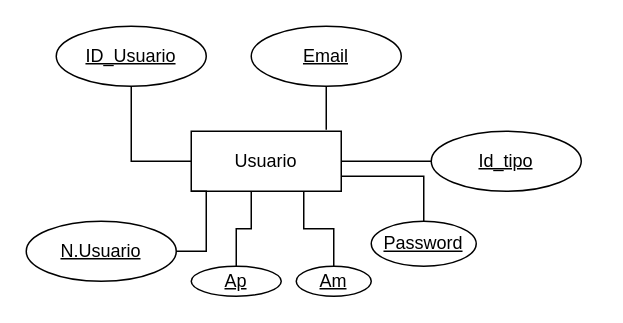
The draw.io diagram Practica 1 .drawio in UzielVG10/FUNDAMENTOS-E-BASE-DE-DATOS-, before the edit. Source tidied: cells renumbered, new cells numbered last; positions are measured from the earlier drawing's top-left corner, leaving out a move shared by most shapes. Both pictures are drawn from the tidied source at 150%, with x=0, y=0 at pixel (26, 26).
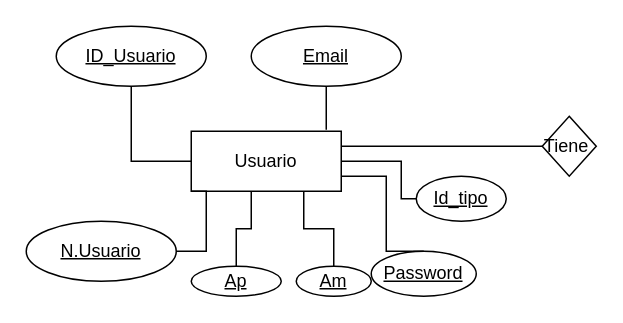
Above is the later version.

Commit message:
Agregue relacion

Unchanged cells that the change refers to:
```xml
<mxCell id="2" value="Usuario" style="whiteSpace=wrap;html=1;align=center;" parent="1" vertex="1">
  <mxGeometry x="110" y="70" width="100" height="40" as="geometry" />
</mxCell>
```

Change to the diagram source:
```diff
@@
     <mxCell id="13" style="edgeStyle=orthogonalEdgeStyle;rounded=0;jettySize=auto;html=1;exitX=0.5;exitY=0;exitDx=0;exitDy=0;entryX=1;entryY=0.75;entryDx=0;entryDy=0;endArrow=none;endFill=0;" parent="1" edge="1" source="14" target="2">
-      <mxGeometry relative="1" as="geometry" />
+      <mxGeometry relative="1" as="geometry">
+        <Array as="points">
+          <mxPoint x="240" y="150" />
+          <mxPoint x="240" y="100" />
+        </Array>
+      </mxGeometry>
     </mxCell>
     <mxCell id="14" value="Password" style="ellipse;whiteSpace=wrap;html=1;align=center;fontStyle=20;" parent="1" vertex="1">
-      <mxGeometry x="230" y="130" width="70" height="30" as="geometry" />
+      <mxGeometry x="230" y="150" width="70" height="30" as="geometry" />
     </mxCell>
     <mxCell id="15" style="edgeStyle=orthogonalEdgeStyle;rounded=0;jettySize=auto;html=1;exitX=0;exitY=0.5;exitDx=0;exitDy=0;endArrow=none;endFill=0;" parent="1" edge="1" source="16" target="2">
-      <mxGeometry relative="1" as="geometry" />
+      <mxGeometry relative="1" as="geometry">
+        <Array as="points">
+          <mxPoint x="250" y="115" />
+          <mxPoint x="250" y="90" />
+        </Array>
+      </mxGeometry>
     </mxCell>
     <mxCell id="16" value="Id_tipo" style="ellipse;whiteSpace=wrap;html=1;align=center;fontStyle=20;" parent="1" vertex="1">
-      <mxGeometry x="270" y="70" width="100" height="40" as="geometry" />
+      <mxGeometry x="260" y="100" width="60" height="30" as="geometry" />
     </mxCell>
+    <mxCell id="17" style="edgeStyle=orthogonalEdgeStyle;rounded=0;jettySize=auto;html=1;exitX=0;exitY=0.5;exitDx=0;exitDy=0;entryX=1;entryY=0.25;entryDx=0;entryDy=0;endArrow=none;endFill=0;" parent="1" edge="1" source="18" target="2">
+      <mxGeometry relative="1" as="geometry" />
+    </mxCell>
+    <mxCell id="18" value="Tiene&amp;nbsp;" style="shape=rhombus;perimeter=rhombusPerimeter;whiteSpace=wrap;html=1;align=center;" parent="1" vertex="1">
+      <mxGeometry x="344" y="60" width="36" height="40" as="geometry" />
+    </mxCell>
```
